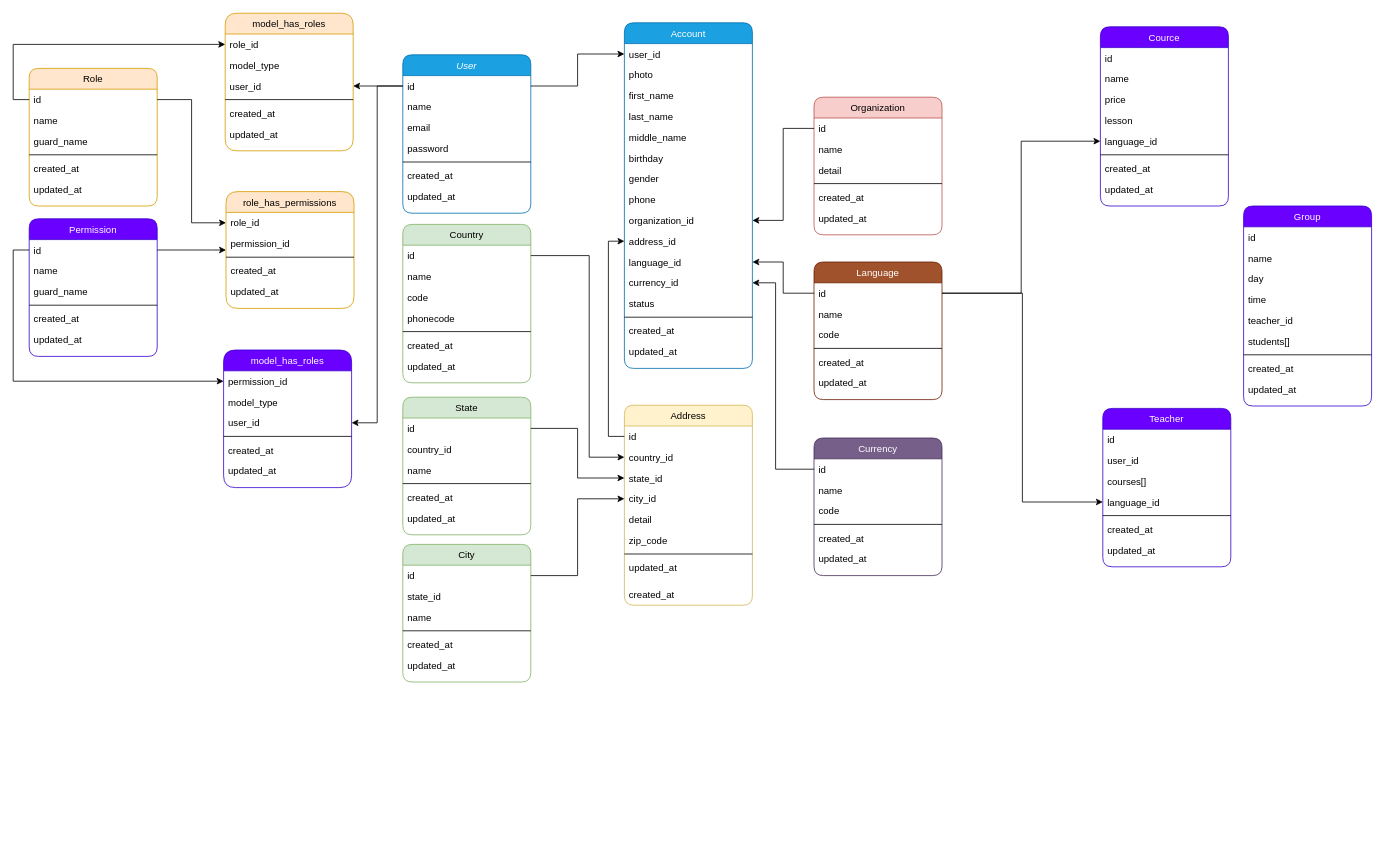
Earlier version of the draw.io diagram public/Untitled Diagram.drawio (urinboy/EduCRM). Source tidied: cells renumbered, new cells numbered last; positions are measured from the earlier drawing's top-left corner, leaving out a move shared by most shapes. Both pictures are drawn from the tidied source at 80%, with x=0, y=0 at pixel (29, 13).
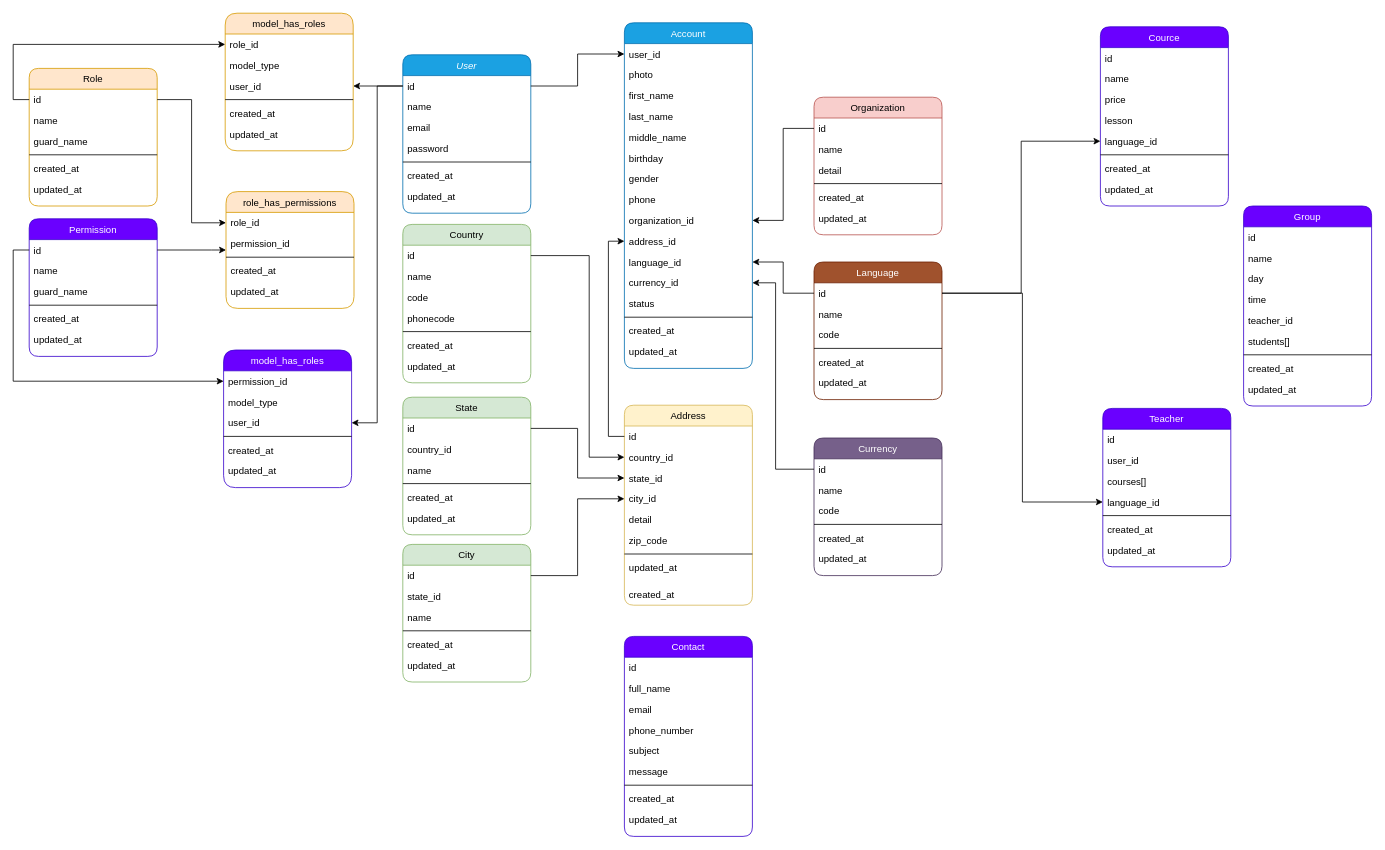
The same page after the edit.

What changed in the source:
```diff
@@
+    <mxCell id="158" value="Contact" style="swimlane;fontStyle=0;align=center;verticalAlign=top;horizontal=1;startSize=26;rounded=1;shadow=0;strokeWidth=1;fillColor=#6a00ff;strokeColor=#3700CC;fontColor=#ffffff;" parent="1" vertex="1">
+      <mxGeometry x="744" y="779" width="160" height="250" as="geometry" />
+    </mxCell>
+    <mxCell id="159" value="id" style="text;align=left;verticalAlign=top;spacingLeft=4;spacingRight=4;overflow=hidden;" parent="158" vertex="1">
+      <mxGeometry y="26" width="160" height="26" as="geometry" />
+    </mxCell>
+    <mxCell id="160" value="full_name" style="text;align=left;verticalAlign=top;spacingLeft=4;spacingRight=4;overflow=hidden;" parent="158" vertex="1">
+      <mxGeometry y="52" width="160" height="26" as="geometry" />
+    </mxCell>
+    <mxCell id="161" value="email" style="text;align=left;verticalAlign=top;spacingLeft=4;spacingRight=4;overflow=hidden;" parent="158" vertex="1">
+      <mxGeometry y="78" width="160" height="26" as="geometry" />
+    </mxCell>
+    <mxCell id="162" value="phone_number" style="text;align=left;verticalAlign=top;spacingLeft=4;spacingRight=4;overflow=hidden;" parent="158" vertex="1">
+      <mxGeometry y="104" width="160" height="26" as="geometry" />
+    </mxCell>
+    <mxCell id="163" value="subject" style="text;align=left;verticalAlign=top;spacingLeft=4;spacingRight=4;overflow=hidden;" parent="158" vertex="1">
+      <mxGeometry y="130" width="160" height="26" as="geometry" />
+    </mxCell>
+    <mxCell id="164" value="message" style="text;align=left;verticalAlign=top;spacingLeft=4;spacingRight=4;overflow=hidden;" parent="158" vertex="1">
+      <mxGeometry y="156" width="160" height="26" as="geometry" />
+    </mxCell>
+    <mxCell id="165" style="line;html=1;strokeWidth=1;align=left;verticalAlign=middle;spacingTop=-1;spacingLeft=3;spacingRight=3;labelPosition=right;" parent="158" vertex="1">
+      <mxGeometry y="182" width="160" height="8" as="geometry" />
+    </mxCell>
+    <mxCell id="166" value="created_at" style="text;align=left;verticalAlign=top;spacingLeft=4;spacingRight=4;overflow=hidden;" parent="158" vertex="1">
+      <mxGeometry y="190" width="160" height="26" as="geometry" />
+    </mxCell>
+    <mxCell id="167" value="updated_at" style="text;align=left;verticalAlign=top;spacingLeft=4;spacingRight=4;overflow=hidden;" parent="158" vertex="1">
+      <mxGeometry y="216" width="160" height="34" as="geometry" />
+    </mxCell>
```
